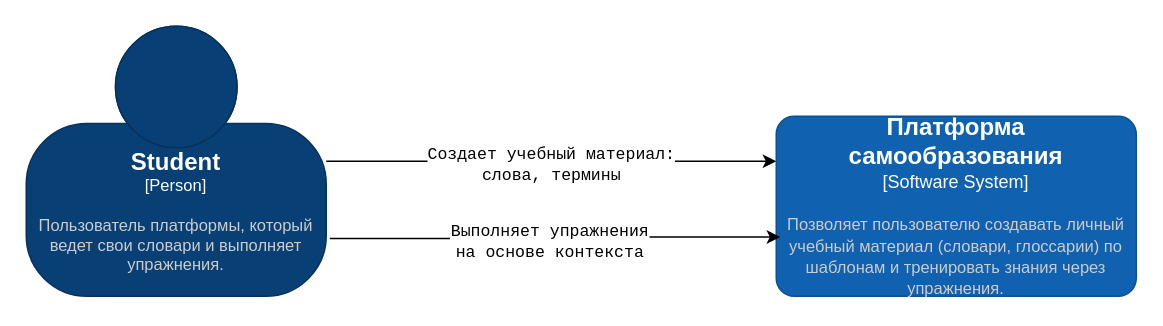
Before: docs/architecture/c4/context.drawio in svmikurov/se, a draw.io diagram. Source tidied: cells renumbered, new cells numbered last; positions are measured from the earlier drawing's top-left corner, leaving out a move shared by most shapes. Both pictures are drawn from the tidied source at 150%, with x=0, y=0 at pixel (26, 26).
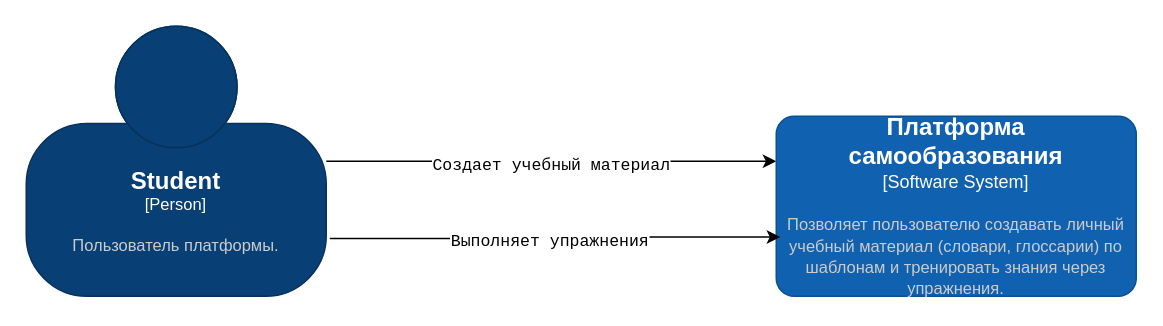
The same page after the edit.

Commit message:
docs(arch/c4): Update student role

The edit, as a diff of the source:
```diff
@@
 <mxGraphModel>
   <root>
     <mxCell id="0" />
     <mxCell id="1" parent="0" />
     <mxCell id="2" style="edgeStyle=orthogonalEdgeStyle;rounded=0;jettySize=auto;html=1;defaultLabelBackgroundColor=page;entryX=0;entryY=0.25;entryDx=0;entryDy=0;entryPerimeter=0;" parent="1" edge="1" source="4" target="5">
       <mxGeometry relative="1" as="geometry" />
     </mxCell>
-    <mxCell id="3" value="&lt;pre&gt;Создает учебный материал:&lt;br&gt;слова, термины&lt;/pre&gt;" style="edgeLabel;html=1;align=center;verticalAlign=middle;inheritText=1;defaultLabelBackgroundColor=page;" parent="2" vertex="1">
+    <mxCell id="3" value="&lt;pre&gt;Создает учебный материал&lt;/pre&gt;" style="edgeLabel;html=1;align=center;verticalAlign=middle;inheritText=1;defaultLabelBackgroundColor=page;" parent="2" vertex="1">
       <mxGeometry x="-0.01" y="-2" relative="1" as="geometry" />
     </mxCell>
-    <object id="4" label="&lt;font style=&quot;font-size: 16px&quot;&gt;&lt;b&gt;%c4Name%&lt;/b&gt;&lt;/font&gt;&lt;div&gt;[%c4Type%]&lt;/div&gt;&lt;br&gt;&lt;div&gt;&lt;font style=&quot;font-size: 11px&quot;&gt;&lt;font color=&quot;#cccccc&quot;&gt;%c4Description%&lt;/font&gt;&lt;/div&gt;" c4Description="Пользователь платформы, который ведет свои словари и выполняет упражнения." c4Name="Student" c4Type="Person" placeholders="1">
+    <object id="4" label="&lt;font style=&quot;font-size: 16px&quot;&gt;&lt;b&gt;%c4Name%&lt;/b&gt;&lt;/font&gt;&lt;div&gt;[%c4Type%]&lt;/div&gt;&lt;br&gt;&lt;div&gt;&lt;font style=&quot;font-size: 11px&quot;&gt;&lt;font color=&quot;#cccccc&quot;&gt;%c4Description%&lt;/font&gt;&lt;/div&gt;" c4Description="Пользователь платформы." c4Name="Student" c4Type="Person" placeholders="1">
       <mxCell style="html=1;fontSize=11;dashed=0;whiteSpace=wrap;fillColor=#083F75;strokeColor=#06315C;fontColor=#ffffff;shape=mxgraph.c4.person2;align=center;points=[[0.5,0,0],[1,0.5,0],[1,0.75,0],[0.75,1,0],[0.5,1,0],[0.25,1,0],[0,0.75,0],[0,0.5,0]];" parent="1" vertex="1">
         <mxGeometry width="200" height="180" as="geometry" />
       </mxCell>
     </object>
     <object id="5" label="&lt;font style=&quot;font-size: 16px&quot;&gt;&lt;b&gt;%c4Name%&lt;/b&gt;&lt;/font&gt;&lt;div&gt;[%c4Type%]&lt;/div&gt;&lt;br&gt;&lt;div&gt;&lt;font style=&quot;font-size: 11px&quot;&gt;&lt;font color=&quot;#cccccc&quot;&gt;%c4Description%&lt;/font&gt;&lt;/div&gt;" c4Description="Позволяет пользователю создавать личный учебный материал (словари, глоссарии) по шаблонам и тренировать знания через упражнения." c4Name="Платформа самообразования" c4Type="Software System" placeholders="1">
       <mxCell style="rounded=1;whiteSpace=wrap;html=1;labelBackgroundColor=none;fillColor=#1061B0;fontColor=#ffffff;align=center;arcSize=10;strokeColor=#0D5091;points=[[0.25,0,0],[0.5,0,0],[0.75,0,0],[1,0.25,0],[1,0.5,0],[1,0.75,0],[0.75,1,0],[0.5,1,0],[0.25,1,0],[0,0.75,0],[0,0.5,0],[0,0.25,0]];" parent="1" vertex="1">
         <mxGeometry x="500" y="60" width="240" height="120" as="geometry" />
       </mxCell>
     </object>
     <mxCell id="6" style="edgeStyle=orthogonalEdgeStyle;rounded=0;jettySize=auto;html=1;defaultLabelBackgroundColor=page;exitX=1.012;exitY=0.786;exitDx=0;exitDy=0;exitPerimeter=0;entryX=0.011;entryY=0.671;entryDx=0;entryDy=0;entryPerimeter=0;" parent="1" edge="1" source="4" target="5">
       <mxGeometry x="-0.02" relative="1" as="geometry" />
     </mxCell>
-    <mxCell id="7" value="&lt;pre&gt;Выполняет упражнения&lt;br&gt;на основе контекста&lt;/pre&gt;" style="edgeLabel;html=1;align=center;verticalAlign=middle;inheritText=1;defaultLabelBackgroundColor=page;" parent="6" vertex="1">
+    <mxCell id="7" value="&lt;pre&gt;Выполняет упражнения&lt;br&gt;&lt;/pre&gt;" style="edgeLabel;html=1;align=center;verticalAlign=middle;inheritText=1;defaultLabelBackgroundColor=page;" parent="6" vertex="1">
       <mxGeometry x="-0.03" y="-2" relative="1" as="geometry" />
     </mxCell>
   </root>
 </mxGraphModel>
```
